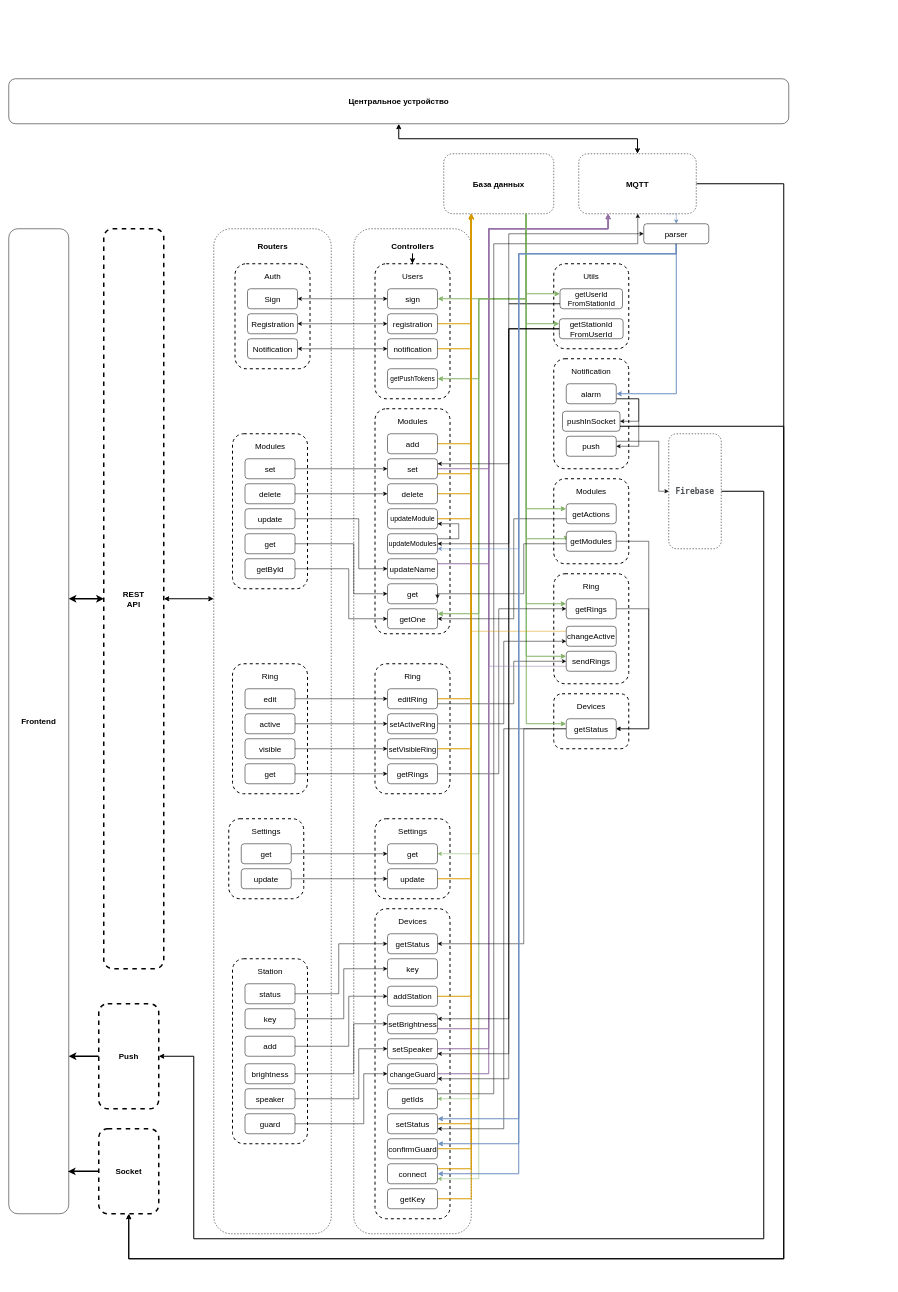
Before: UML.drawio in PavelG1307/FifthFloorBackend, a draw.io diagram. Source tidied: cells renumbered, new cells numbered last; positions are measured from the earlier drawing's top-left corner, leaving out a move shared by most shapes. Both pictures are drawn from the tidied source at 50%, with x=0, y=0 at pixel (8, 78).
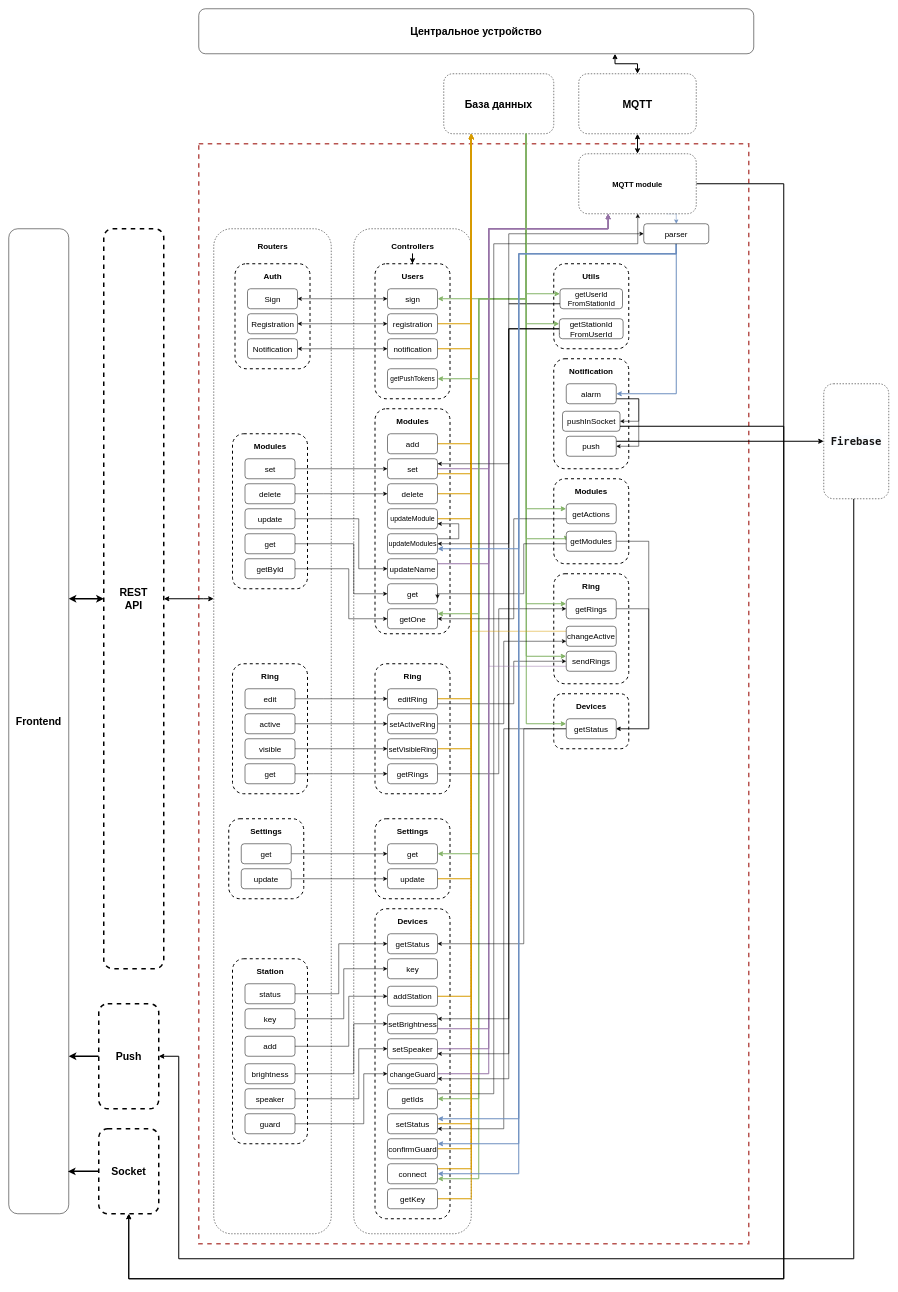
After the change.

The change refers to these unchanged cells:
```xml
<mxCell id="105" value="get" style="rounded=1;whiteSpace=wrap;html=1;fontSize=16;" parent="1" vertex="1">
  <mxGeometry x="757.5" y="1530" width="100" height="40" as="geometry" />
</mxCell>
<mxCell id="132" value="getIds" style="rounded=1;whiteSpace=wrap;html=1;fontSize=16;" parent="1" vertex="1">
  <mxGeometry x="757.5" y="2020" width="100" height="40" as="geometry" />
</mxCell>
<mxCell id="138" value="connect" style="rounded=1;whiteSpace=wrap;html=1;fontSize=16;" parent="1" vertex="1">
  <mxGeometry x="757.5" y="2170" width="100" height="40" as="geometry" />
</mxCell>
<mxCell id="156" value="pushInSocket" style="rounded=1;whiteSpace=wrap;html=1;fontSize=16;" parent="1" vertex="1">
  <mxGeometry x="1107.5" y="665" width="115" height="40" as="geometry" />
</mxCell>
<mxCell id="159" value="push" style="rounded=1;whiteSpace=wrap;html=1;fontSize=16;" parent="1" vertex="1">
  <mxGeometry x="1115" y="715" width="100" height="40" as="geometry" />
</mxCell>
<mxCell id="161" value="updateModules" style="rounded=1;whiteSpace=wrap;html=1;fontSize=14;" parent="1" vertex="1">
  <mxGeometry x="757.5" y="910" width="100" height="40" as="geometry" />
</mxCell>
<mxCell id="186" value="parser" style="rounded=1;whiteSpace=wrap;html=1;strokeWidth=1;fontSize=16;" parent="1" vertex="1">
  <mxGeometry x="1270" y="290" width="130" height="40" as="geometry" />
</mxCell>
```

The edit, as a diff of the source:
```diff
@@
+    <mxCell id="194" style="rounded=0;whiteSpace=wrap;html=1;strokeWidth=3;fontSize=15;fillStyle=auto;fillColor=none;dashed=1;strokeColor=#b85450;" parent="1" vertex="1">
+      <mxGeometry x="380" y="130" width="1100" height="2200" as="geometry" />
+    </mxCell>
@@
     <mxCell id="7" style="edgeStyle=orthogonalEdgeStyle;rounded=0;jettySize=auto;html=1;strokeWidth=2;fontSize=16;startArrow=none;startFill=0;endArrow=classic;endFill=1;" parent="1" edge="1" source="9" target="190">
       <mxGeometry relative="1" as="geometry">
         <Array as="points">
           <mxPoint x="1550" y="210" />
-          <mxPoint x="1550" y="2360" />
-          <mxPoint x="240" y="2360" />
+          <mxPoint x="1550" y="2400" />
+          <mxPoint x="240" y="2400" />
         </Array>
       </mxGeometry>
     </mxCell>
-    <mxCell id="8" style="edgeStyle=orthogonalEdgeStyle;rounded=0;jettySize=auto;html=1;entryX=0.5;entryY=1;entryDx=0;entryDy=0;strokeWidth=2;fontSize=15;startArrow=classic;startFill=1;endArrow=classic;endFill=1;" parent="1" edge="1" source="9" target="193">
-      <mxGeometry relative="1" as="geometry" />
-    </mxCell>
-    <mxCell id="9" value="&lt;font style=&quot;font-size: 16px;&quot;&gt;&lt;b style=&quot;font-size: 16px;&quot;&gt;MQTT&lt;/b&gt;&lt;/font&gt;" style="rounded=1;whiteSpace=wrap;html=1;dashed=1;fontSize=16;" parent="1" vertex="1">
+    <mxCell id="9" value="&lt;font style=&quot;font-size: 15px;&quot;&gt;&lt;span style=&quot;font-size: 15px;&quot;&gt;MQTT module&lt;/span&gt;&lt;/font&gt;" style="rounded=1;whiteSpace=wrap;html=1;dashed=1;fontSize=15;fontStyle=1;" parent="1" vertex="1">
       <mxGeometry x="1140" y="150" width="235" height="120" as="geometry" />
     </mxCell>
@@
-    <mxCell id="17" value="Frontend" style="rounded=1;whiteSpace=wrap;html=1;fontSize=16;fontStyle=1;" parent="1" vertex="1">
+    <mxCell id="17" value="Frontend" style="rounded=1;whiteSpace=wrap;html=1;fontSize=21;fontStyle=1;" parent="1" vertex="1">
       <mxGeometry y="300" width="120" height="1970" as="geometry" />
     </mxCell>
@@
-    <mxCell id="19" value="REST&lt;br style=&quot;font-size: 16px;&quot;&gt;API" style="rounded=1;whiteSpace=wrap;html=1;dashed=1;fontSize=16;fontStyle=1;strokeWidth=3;" parent="1" vertex="1">
+    <mxCell id="19" value="REST&lt;br style=&quot;font-size: 21px;&quot;&gt;API" style="rounded=1;whiteSpace=wrap;html=1;dashed=1;fontSize=21;fontStyle=1;strokeWidth=3;" parent="1" vertex="1">
       <mxGeometry x="190" y="300" width="120" height="1480" as="geometry" />
     </mxCell>
@@
-    <mxCell id="27" value="Auth" style="text;html=1;strokeColor=none;fillColor=none;align=center;verticalAlign=middle;whiteSpace=wrap;rounded=0;dashed=1;fontSize=16;" parent="1" vertex="1">
+    <mxCell id="27" value="Auth" style="text;html=1;strokeColor=none;fillColor=none;align=center;verticalAlign=middle;whiteSpace=wrap;rounded=0;dashed=1;fontSize=16;fontStyle=1;" parent="1" vertex="1">
       <mxGeometry x="497.5" y="380" width="60" height="30" as="geometry" />
     </mxCell>
@@
-    <mxCell id="35" value="Modules" style="text;html=1;strokeColor=none;fillColor=none;align=center;verticalAlign=middle;whiteSpace=wrap;rounded=0;dashed=1;fontSize=16;" parent="1" vertex="1">
+    <mxCell id="35" value="Modules" style="text;html=1;strokeColor=none;fillColor=none;align=center;verticalAlign=middle;whiteSpace=wrap;rounded=0;dashed=1;fontSize=16;fontStyle=1;" parent="1" vertex="1">
       <mxGeometry x="492.5" y="720" width="60" height="30" as="geometry" />
     </mxCell>
@@
-    <mxCell id="47" value="Ring" style="text;html=1;strokeColor=none;fillColor=none;align=center;verticalAlign=middle;whiteSpace=wrap;rounded=0;dashed=1;fontSize=16;" parent="1" vertex="1">
+    <mxCell id="47" value="Ring" style="text;html=1;strokeColor=none;fillColor=none;align=center;verticalAlign=middle;whiteSpace=wrap;rounded=0;dashed=1;fontSize=16;fontStyle=1;" parent="1" vertex="1">
       <mxGeometry x="492.5" y="1180" width="60" height="30" as="geometry" />
     </mxCell>
@@
-    <mxCell id="55" value="Settings" style="text;html=1;strokeColor=none;fillColor=none;align=center;verticalAlign=middle;whiteSpace=wrap;rounded=0;dashed=1;fontSize=16;" parent="1" vertex="1">
+    <mxCell id="55" value="Settings" style="text;html=1;strokeColor=none;fillColor=none;align=center;verticalAlign=middle;whiteSpace=wrap;rounded=0;dashed=1;fontSize=16;fontStyle=1;" parent="1" vertex="1">
       <mxGeometry x="485" y="1490" width="60" height="30" as="geometry" />
     </mxCell>
@@
-    <mxCell id="61" value="Station" style="text;html=1;strokeColor=none;fillColor=none;align=center;verticalAlign=middle;whiteSpace=wrap;rounded=0;dashed=1;fontSize=16;" parent="1" vertex="1">
+    <mxCell id="61" value="Station" style="text;html=1;strokeColor=none;fillColor=none;align=center;verticalAlign=middle;whiteSpace=wrap;rounded=0;dashed=1;fontSize=16;fontStyle=1;" parent="1" vertex="1">
       <mxGeometry x="492.5" y="1770" width="60" height="30" as="geometry" />
     </mxCell>
@@
-    <mxCell id="75" style="edgeStyle=orthogonalEdgeStyle;rounded=0;jettySize=auto;html=1;exitX=0.75;exitY=1;exitDx=0;exitDy=0;entryX=1;entryY=0.5;entryDx=0;entryDy=0;fontSize=16;startArrow=none;startFill=0;endArrow=classic;endFill=1;fillColor=#d5e8d4;strokeColor=#82b366;" parent="1" edge="1" source="79" target="105">
+    <mxCell id="75" style="edgeStyle=orthogonalEdgeStyle;rounded=0;jettySize=auto;html=1;exitX=0.75;exitY=1;exitDx=0;exitDy=0;entryX=1;entryY=0.5;entryDx=0;entryDy=0;fontSize=16;startArrow=none;startFill=0;endArrow=classic;endFill=1;fillColor=#d5e8d4;strokeColor=#82b366;strokeWidth=2;" parent="1" edge="1" source="79" target="105">
       <mxGeometry relative="1" as="geometry">
         <Array as="points">
           <mxPoint x="1035" y="440" />
           <mxPoint x="940" y="440" />
           <mxPoint x="940" y="1550" />
         </Array>
       </mxGeometry>
     </mxCell>
@@
-    <mxCell id="77" style="edgeStyle=orthogonalEdgeStyle;rounded=0;jettySize=auto;html=1;exitX=0.75;exitY=1;exitDx=0;exitDy=0;fontSize=16;startArrow=none;startFill=0;endArrow=classic;endFill=1;fillColor=#d5e8d4;strokeColor=#82b366;" parent="1" edge="1" source="79" target="132">
+    <mxCell id="77" style="edgeStyle=orthogonalEdgeStyle;rounded=0;jettySize=auto;html=1;exitX=0.75;exitY=1;exitDx=0;exitDy=0;fontSize=16;startArrow=none;startFill=0;endArrow=classic;endFill=1;fillColor=#d5e8d4;strokeColor=#82b366;strokeWidth=2;" parent="1" edge="1" source="79" target="132">
       <mxGeometry relative="1" as="geometry">
         <Array as="points">
           <mxPoint x="1035" y="440" />
           <mxPoint x="940" y="440" />
           <mxPoint x="940" y="2040" />
         </Array>
       </mxGeometry>
     </mxCell>
-    <mxCell id="78" style="edgeStyle=orthogonalEdgeStyle;rounded=0;jettySize=auto;html=1;exitX=0.75;exitY=1;exitDx=0;exitDy=0;entryX=1;entryY=0.75;entryDx=0;entryDy=0;fontSize=16;startArrow=none;startFill=0;endArrow=classic;endFill=1;fillColor=#d5e8d4;strokeColor=#82b366;" parent="1" edge="1" source="79" target="138">
+    <mxCell id="78" style="edgeStyle=orthogonalEdgeStyle;rounded=0;jettySize=auto;html=1;exitX=0.75;exitY=1;exitDx=0;exitDy=0;entryX=1;entryY=0.75;entryDx=0;entryDy=0;fontSize=16;startArrow=none;startFill=0;endArrow=classic;endFill=1;fillColor=#d5e8d4;strokeColor=#82b366;strokeWidth=2;" parent="1" edge="1" source="79" target="138">
       <mxGeometry relative="1" as="geometry">
         <Array as="points">
           <mxPoint x="1035" y="440" />
           <mxPoint x="940" y="440" />
           <mxPoint x="940" y="2200" />
         </Array>
       </mxGeometry>
     </mxCell>
-    <mxCell id="79" value="&lt;font style=&quot;font-size: 16px;&quot;&gt;&lt;b style=&quot;font-size: 16px;&quot;&gt;База данных&lt;/b&gt;&lt;/font&gt;" style="rounded=1;whiteSpace=wrap;html=1;dashed=1;strokeWidth=1;fontSize=16;" parent="1" vertex="1">
-      <mxGeometry x="870" y="150" width="220" height="120" as="geometry" />
+    <mxCell id="79" value="&lt;font style=&quot;font-size: 21px;&quot;&gt;&lt;b style=&quot;font-size: 21px;&quot;&gt;База данных&lt;/b&gt;&lt;/font&gt;" style="rounded=1;whiteSpace=wrap;html=1;dashed=1;strokeWidth=1;fontSize=21;" parent="1" vertex="1">
+      <mxGeometry x="870" y="-10" width="220" height="120" as="geometry" />
     </mxCell>
@@
-    <mxCell id="84" value="Users" style="text;html=1;strokeColor=none;fillColor=none;align=center;verticalAlign=middle;whiteSpace=wrap;rounded=0;dashed=1;fontSize=16;" parent="1" vertex="1">
+    <mxCell id="84" value="Users" style="text;html=1;strokeColor=none;fillColor=none;align=center;verticalAlign=middle;whiteSpace=wrap;rounded=0;dashed=1;fontSize=16;fontStyle=1;" parent="1" vertex="1">
       <mxGeometry x="777.5" y="380" width="60" height="30" as="geometry" />
     </mxCell>
@@
-    <mxCell id="92" value="Modules" style="text;html=1;strokeColor=none;fillColor=none;align=center;verticalAlign=middle;whiteSpace=wrap;rounded=0;dashed=1;fontSize=16;" parent="1" vertex="1">
+    <mxCell id="92" value="Modules" style="text;html=1;strokeColor=none;fillColor=none;align=center;verticalAlign=middle;whiteSpace=wrap;rounded=0;dashed=1;fontSize=16;fontStyle=1;" parent="1" vertex="1">
       <mxGeometry x="777.5" y="670" width="60" height="30" as="geometry" />
     </mxCell>
@@
-    <mxCell id="102" value="Ring" style="text;html=1;strokeColor=none;fillColor=none;align=center;verticalAlign=middle;whiteSpace=wrap;rounded=0;dashed=1;fontSize=16;" parent="1" vertex="1">
+    <mxCell id="102" value="Ring" style="text;html=1;strokeColor=none;fillColor=none;align=center;verticalAlign=middle;whiteSpace=wrap;rounded=0;dashed=1;fontSize=16;fontStyle=1;" parent="1" vertex="1">
       <mxGeometry x="777.5" y="1180" width="60" height="30" as="geometry" />
     </mxCell>
@@
-    <mxCell id="108" value="Settings" style="text;html=1;strokeColor=none;fillColor=none;align=center;verticalAlign=middle;whiteSpace=wrap;rounded=0;dashed=1;fontSize=16;" parent="1" vertex="1">
+    <mxCell id="108" value="Settings" style="text;html=1;strokeColor=none;fillColor=none;align=center;verticalAlign=middle;whiteSpace=wrap;rounded=0;dashed=1;fontSize=16;fontStyle=1;" parent="1" vertex="1">
       <mxGeometry x="777.5" y="1490" width="60" height="30" as="geometry" />
     </mxCell>
@@
-    <mxCell id="111" value="Devices" style="text;html=1;strokeColor=none;fillColor=none;align=center;verticalAlign=middle;whiteSpace=wrap;rounded=0;dashed=1;fontSize=16;" parent="1" vertex="1">
+    <mxCell id="111" value="Devices" style="text;html=1;strokeColor=none;fillColor=none;align=center;verticalAlign=middle;whiteSpace=wrap;rounded=0;dashed=1;fontSize=16;fontStyle=1;" parent="1" vertex="1">
       <mxGeometry x="777.5" y="1670" width="60" height="30" as="geometry" />
     </mxCell>
@@
-    <mxCell id="150" value="Utils" style="text;html=1;strokeColor=none;fillColor=none;align=center;verticalAlign=middle;whiteSpace=wrap;rounded=0;dashed=1;fontSize=16;" parent="1" vertex="1">
+    <mxCell id="150" value="Utils" style="text;html=1;strokeColor=none;fillColor=none;align=center;verticalAlign=middle;whiteSpace=wrap;rounded=0;dashed=1;fontSize=16;fontStyle=1;" parent="1" vertex="1">
       <mxGeometry x="1135" y="380" width="60" height="30" as="geometry" />
     </mxCell>
@@
     <mxCell id="155" style="edgeStyle=orthogonalEdgeStyle;rounded=0;jettySize=auto;html=1;exitX=1;exitY=0.75;exitDx=0;exitDy=0;entryX=0.5;entryY=1;entryDx=0;entryDy=0;fontSize=16;startArrow=none;startFill=0;endArrow=classic;endFill=1;strokeWidth=2;" parent="1" edge="1" source="156" target="190">
       <mxGeometry relative="1" as="geometry">
         <Array as="points">
           <mxPoint x="1550" y="695" />
-          <mxPoint x="1550" y="2360" />
-          <mxPoint x="240" y="2360" />
+          <mxPoint x="1550" y="2400" />
+          <mxPoint x="240" y="2400" />
         </Array>
       </mxGeometry>
     </mxCell>
@@
-    <mxCell id="157" value="Notification" style="text;html=1;strokeColor=none;fillColor=none;align=center;verticalAlign=middle;whiteSpace=wrap;rounded=0;dashed=1;fontSize=16;" parent="1" vertex="1">
+    <mxCell id="157" value="Notification" style="text;html=1;strokeColor=none;fillColor=none;align=center;verticalAlign=middle;whiteSpace=wrap;rounded=0;dashed=1;fontSize=16;fontStyle=1;" parent="1" vertex="1">
       <mxGeometry x="1135" y="570" width="60" height="30" as="geometry" />
     </mxCell>
-    <mxCell id="158" style="edgeStyle=orthogonalEdgeStyle;rounded=0;jettySize=auto;html=1;exitX=1;exitY=0.25;exitDx=0;exitDy=0;entryX=0;entryY=0.5;entryDx=0;entryDy=0;fontSize=16;startArrow=none;startFill=0;endArrow=classic;endFill=1;" parent="1" edge="1" source="159" target="188">
+    <mxCell id="158" style="edgeStyle=orthogonalEdgeStyle;rounded=0;jettySize=auto;html=1;exitX=1;exitY=0.25;exitDx=0;exitDy=0;entryX=0;entryY=0.5;entryDx=0;entryDy=0;fontSize=16;startArrow=none;startFill=0;endArrow=classic;endFill=1;strokeWidth=2;" parent="1" edge="1" source="159" target="188">
       <mxGeometry relative="1" as="geometry">
         <Array as="points">
-          <mxPoint x="1300" y="725" />
-          <mxPoint x="1300" y="825" />
+          <mxPoint x="1630" y="725" />
         </Array>
       </mxGeometry>
     </mxCell>
@@
-    <mxCell id="167" value="Modules" style="text;html=1;strokeColor=none;fillColor=none;align=center;verticalAlign=middle;whiteSpace=wrap;rounded=0;dashed=1;fontSize=16;" parent="1" vertex="1">
+    <mxCell id="167" value="Modules" style="text;html=1;strokeColor=none;fillColor=none;align=center;verticalAlign=middle;whiteSpace=wrap;rounded=0;dashed=1;fontSize=16;fontStyle=1;" parent="1" vertex="1">
       <mxGeometry x="1135" y="810" width="60" height="30" as="geometry" />
     </mxCell>
@@
-    <mxCell id="172" value="Ring" style="text;html=1;strokeColor=none;fillColor=none;align=center;verticalAlign=middle;whiteSpace=wrap;rounded=0;dashed=1;fontSize=16;" parent="1" vertex="1">
+    <mxCell id="172" value="Ring" style="text;html=1;strokeColor=none;fillColor=none;align=center;verticalAlign=middle;whiteSpace=wrap;rounded=0;dashed=1;fontSize=16;fontStyle=1;" parent="1" vertex="1">
       <mxGeometry x="1135" y="1000" width="60" height="30" as="geometry" />
     </mxCell>
@@
-    <mxCell id="178" value="Devices" style="text;html=1;strokeColor=none;fillColor=none;align=center;verticalAlign=middle;whiteSpace=wrap;rounded=0;dashed=1;fontSize=16;" parent="1" vertex="1">
+    <mxCell id="178" value="Devices" style="text;html=1;strokeColor=none;fillColor=none;align=center;verticalAlign=middle;whiteSpace=wrap;rounded=0;dashed=1;fontSize=16;fontStyle=1;" parent="1" vertex="1">
       <mxGeometry x="1135" y="1240" width="60" height="30" as="geometry" />
     </mxCell>
@@
-    <mxCell id="182" style="edgeStyle=orthogonalEdgeStyle;rounded=0;jettySize=auto;html=1;exitX=0.5;exitY=1;exitDx=0;exitDy=0;entryX=1;entryY=0.75;entryDx=0;entryDy=0;fontSize=16;startArrow=none;startFill=0;endArrow=classic;endFill=1;fillColor=#dae8fc;strokeColor=#6c8ebf;" parent="1" edge="1" source="186" target="161">
+    <mxCell id="182" style="edgeStyle=orthogonalEdgeStyle;rounded=0;jettySize=auto;html=1;exitX=0.5;exitY=1;exitDx=0;exitDy=0;entryX=1;entryY=0.75;entryDx=0;entryDy=0;fontSize=16;startArrow=none;startFill=0;endArrow=classic;endFill=1;fillColor=#dae8fc;strokeColor=#6c8ebf;strokeWidth=2;" parent="1" edge="1" source="186" target="161">
       <mxGeometry relative="1" as="geometry">
         <Array as="points">
           <mxPoint x="1335" y="350" />
           <mxPoint x="1020" y="350" />
           <mxPoint x="1020" y="940" />
         </Array>
       </mxGeometry>
     </mxCell>
@@
     <mxCell id="187" style="edgeStyle=orthogonalEdgeStyle;rounded=0;jettySize=auto;html=1;entryX=1;entryY=0.5;entryDx=0;entryDy=0;strokeWidth=2;fontSize=16;startArrow=none;startFill=0;endArrow=classic;endFill=1;" parent="1" edge="1" source="188" target="192">
       <mxGeometry relative="1" as="geometry">
         <Array as="points">
-          <mxPoint x="1510" y="825" />
-          <mxPoint x="1510" y="2320" />
-          <mxPoint x="370" y="2320" />
-          <mxPoint x="370" y="1955" />
+          <mxPoint x="1690" y="2360" />
+          <mxPoint x="340" y="2360" />
+          <mxPoint x="340" y="1955" />
         </Array>
       </mxGeometry>
     </mxCell>
-    <mxCell id="188" value="&lt;span style=&quot;color: rgb(77, 77, 76); font-family: Menlo, Monaco, Consolas, &amp;quot;Courier New&amp;quot;, Courier, monospace; font-size: 16px; text-align: start; background-color: rgb(251, 253, 255);&quot;&gt;Firebase&lt;/span&gt;" style="rounded=1;whiteSpace=wrap;html=1;dashed=1;fontSize=16;fontStyle=1;" parent="1" vertex="1">
-      <mxGeometry x="1320" y="710" width="105" height="230" as="geometry" />
+    <mxCell id="188" value="&lt;span style=&quot;font-family: Menlo, Monaco, Consolas, &amp;quot;Courier New&amp;quot;, Courier, monospace; font-size: 21px; text-align: start; background-color: rgb(251, 253, 255);&quot;&gt;Firebase&lt;/span&gt;" style="rounded=1;whiteSpace=wrap;html=1;dashed=1;fontSize=21;fontStyle=1;fontColor=#141414;" parent="1" vertex="1">
+      <mxGeometry x="1630" y="610" width="130" height="230" as="geometry" />
     </mxCell>
@@
-    <mxCell id="190" value="Socket" style="rounded=1;whiteSpace=wrap;html=1;dashed=1;fontSize=16;fontStyle=1;strokeWidth=3;" parent="1" vertex="1">
+    <mxCell id="190" value="Socket" style="rounded=1;whiteSpace=wrap;html=1;dashed=1;fontSize=21;fontStyle=1;strokeWidth=3;" parent="1" vertex="1">
       <mxGeometry x="180" y="2100" width="120" height="170" as="geometry" />
     </mxCell>
@@
-    <mxCell id="192" value="Push" style="rounded=1;whiteSpace=wrap;html=1;dashed=1;fontSize=16;fontStyle=1;strokeWidth=3;" parent="1" vertex="1">
+    <mxCell id="192" value="Push" style="rounded=1;whiteSpace=wrap;html=1;dashed=1;fontSize=21;fontStyle=1;strokeWidth=3;" parent="1" vertex="1">
       <mxGeometry x="180" y="1850" width="120" height="210" as="geometry" />
     </mxCell>
-    <mxCell id="193" value="Центральное устройство" style="rounded=1;whiteSpace=wrap;html=1;fontSize=16;fontStyle=1;" parent="1" vertex="1">
-      <mxGeometry width="1560" height="90" as="geometry" />
+    <mxCell id="193" value="Центральное устройство" style="rounded=1;whiteSpace=wrap;html=1;fontSize=21;fontStyle=1;" parent="1" vertex="1">
+      <mxGeometry x="380" y="-140" width="1110" height="90" as="geometry" />
     </mxCell>
+    <mxCell id="195" style="edgeStyle=orthogonalEdgeStyle;rounded=0;jettySize=auto;html=1;entryX=0.5;entryY=0;entryDx=0;entryDy=0;strokeWidth=2;fontSize=15;startArrow=classic;startFill=1;endArrow=classic;endFill=1;" parent="1" edge="1" source="197" target="9">
+      <mxGeometry relative="1" as="geometry" />
+    </mxCell>
+    <mxCell id="196" style="edgeStyle=orthogonalEdgeStyle;rounded=0;jettySize=auto;html=1;entryX=0.75;entryY=1;entryDx=0;entryDy=0;strokeWidth=2;fontSize=15;startArrow=classic;startFill=1;endArrow=classic;endFill=1;" parent="1" edge="1" source="197" target="193">
+      <mxGeometry relative="1" as="geometry" />
+    </mxCell>
+    <mxCell id="197" value="&lt;font style=&quot;font-size: 21px;&quot;&gt;&lt;b style=&quot;font-size: 21px;&quot;&gt;MQTT&lt;/b&gt;&lt;/font&gt;" style="rounded=1;whiteSpace=wrap;html=1;dashed=1;fontSize=21;" parent="1" vertex="1">
+      <mxGeometry x="1140" y="-10" width="235" height="120" as="geometry" />
+    </mxCell>
```
